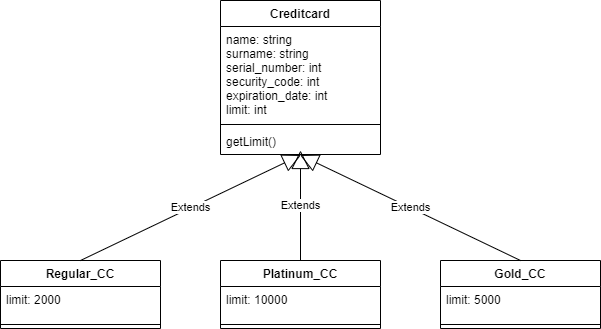
Above: SoftCon2020_Assignment_4/Creditcards_pkg_UML.png in maxi1123/swc-group37 (draw.io), before the change. Source tidied: cells renumbered, new cells last; positions are measured from the earlier drawing's top-left corner, leaving out a move shared by most shapes.
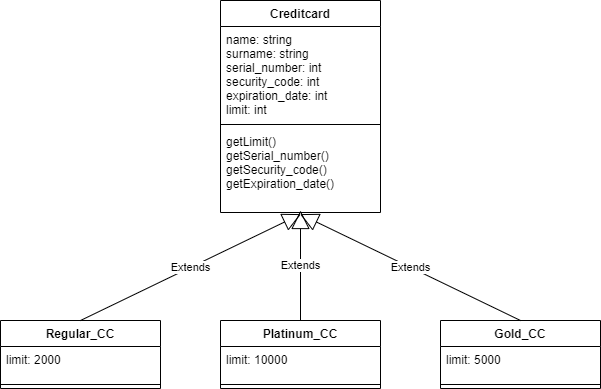
The same diagram one commit later.

Commit message:
updated creditcards and customers UML

Diff of the diagram source:
```diff
@@ -12,7 +12,7 @@
       <mxGeometry y="60" width="160" height="8" as="geometry" />
     </mxCell>
     <mxCell id="5" value="Creditcard" style="swimlane;fontStyle=1;align=center;verticalAlign=top;horizontal=1;startSize=26;" parent="1" vertex="1">
-      <mxGeometry x="220" width="160" height="154" as="geometry" />
+      <mxGeometry x="220" y="-60" width="160" height="212" as="geometry" />
     </mxCell>
     <mxCell id="6" value="name: string&#10;surname: string&#10;serial_number: int&#10;security_code: int&#10;expiration_date: int&#10;limit: int" style="text;strokeColor=none;fillColor=none;align=left;verticalAlign=top;spacingLeft=4;spacingRight=4;overflow=hidden;" parent="5" vertex="1">
       <mxGeometry y="26" width="160" height="94" as="geometry" />
@@ -20,8 +20,8 @@
     <mxCell id="7" style="line;strokeWidth=1;fillColor=none;align=left;verticalAlign=middle;spacingTop=-1;spacingLeft=3;spacingRight=3;labelPosition=right;" parent="5" vertex="1">
       <mxGeometry y="120" width="160" height="8" as="geometry" />
     </mxCell>
-    <mxCell id="8" value="getLimit()" style="text;strokeColor=none;fillColor=none;align=left;verticalAlign=top;spacingLeft=4;spacingRight=4;overflow=hidden;points=[[0,0.5],[1,0.5]];portConstraint=eastwest;" parent="5" vertex="1">
-      <mxGeometry y="128" width="160" height="26" as="geometry" />
+    <mxCell id="8" value="getLimit()&#10;getSerial_number()&#10;getSecurity_code()&#10;getExpiration_date()" style="text;strokeColor=none;fillColor=none;align=left;verticalAlign=top;spacingLeft=4;spacingRight=4;overflow=hidden;points=[[0,0.5],[1,0.5]];portConstraint=eastwest;" parent="5" vertex="1">
+      <mxGeometry y="128" width="160" height="84" as="geometry" />
     </mxCell>
     <mxCell id="9" value="Gold_CC" style="swimlane;fontStyle=1;align=center;verticalAlign=top;horizontal=1;startSize=26;" parent="1" vertex="1">
       <mxGeometry x="440" y="260" width="160" height="68" as="geometry" />
```
